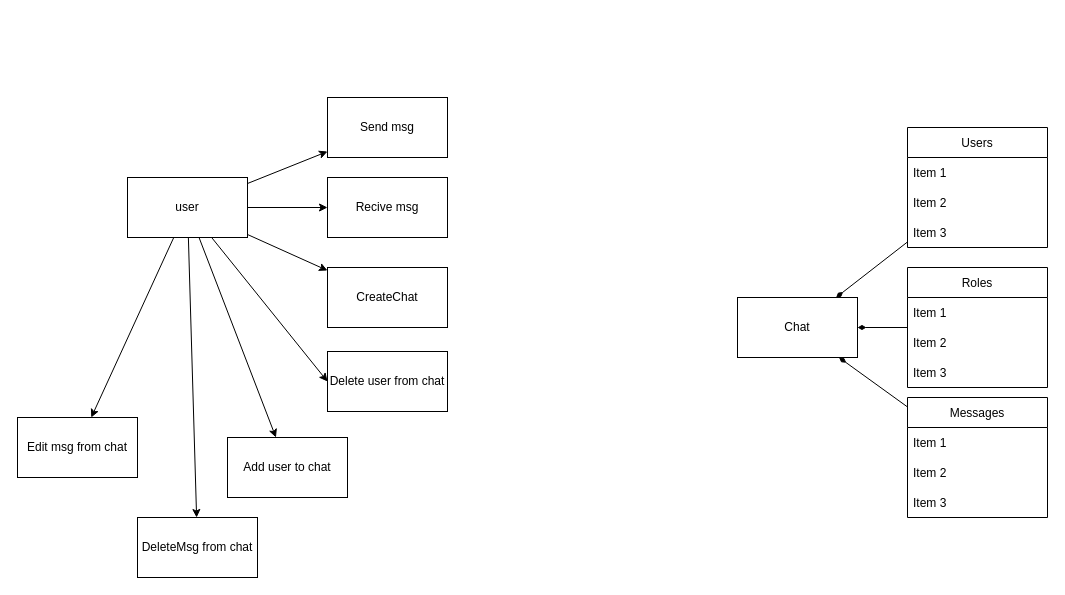
The draw.io diagram page "app" (3 of 3) of Resources/DB.drawio in Plasmat1x/CourseProjectCS2, before the edit. Source tidied: cells renumbered, new cells numbered last; positions are measured from the earlier drawing's top-left corner, leaving out a move shared by most shapes. Both pictures are drawn from the tidied source at 100%, with x=0, y=0 at pixel (17, 97).
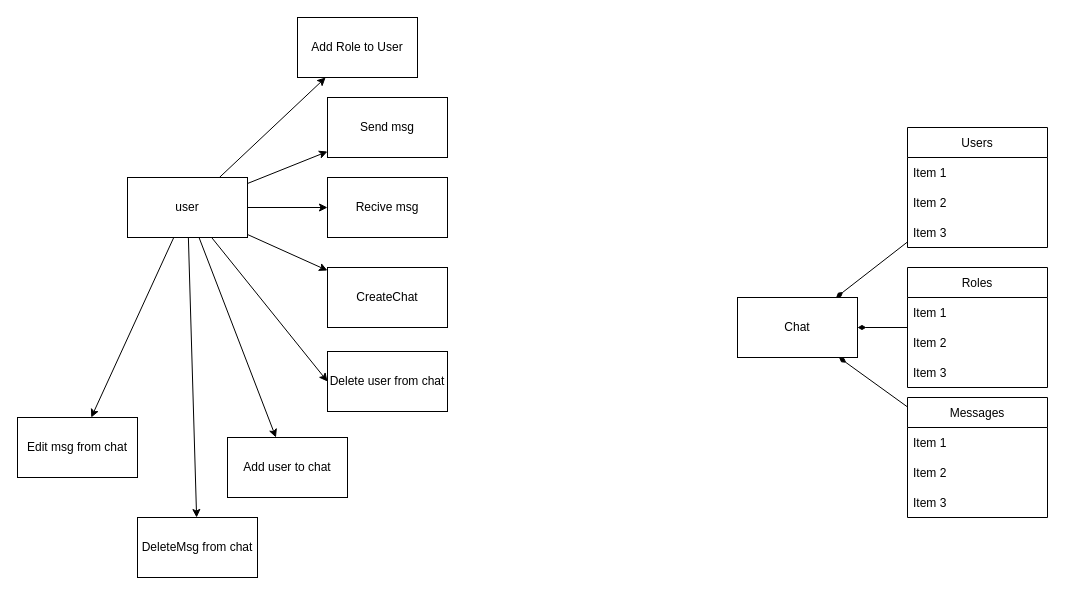
After the change.

The change refers to these unchanged cells:
```xml
<mxCell id="9" value="user" style="whiteSpace=wrap;html=1;" parent="1" vertex="1">
  <mxGeometry x="110" y="80" width="120" height="60" as="geometry" />
</mxCell>
```

What changed in the source:
```diff
@@
+    <mxCell id="33" style="rounded=0;jettySize=auto;html=1;startArrow=none;startFill=0;endArrow=classic;endFill=1;" parent="1" edge="1" source="9" target="34">
+      <mxGeometry relative="1" as="geometry" />
+    </mxCell>
@@
+    <mxCell id="34" value="Add Role to User" style="whiteSpace=wrap;html=1;" parent="1" vertex="1">
+      <mxGeometry x="280" y="-80" width="120" height="60" as="geometry" />
+    </mxCell>
```
